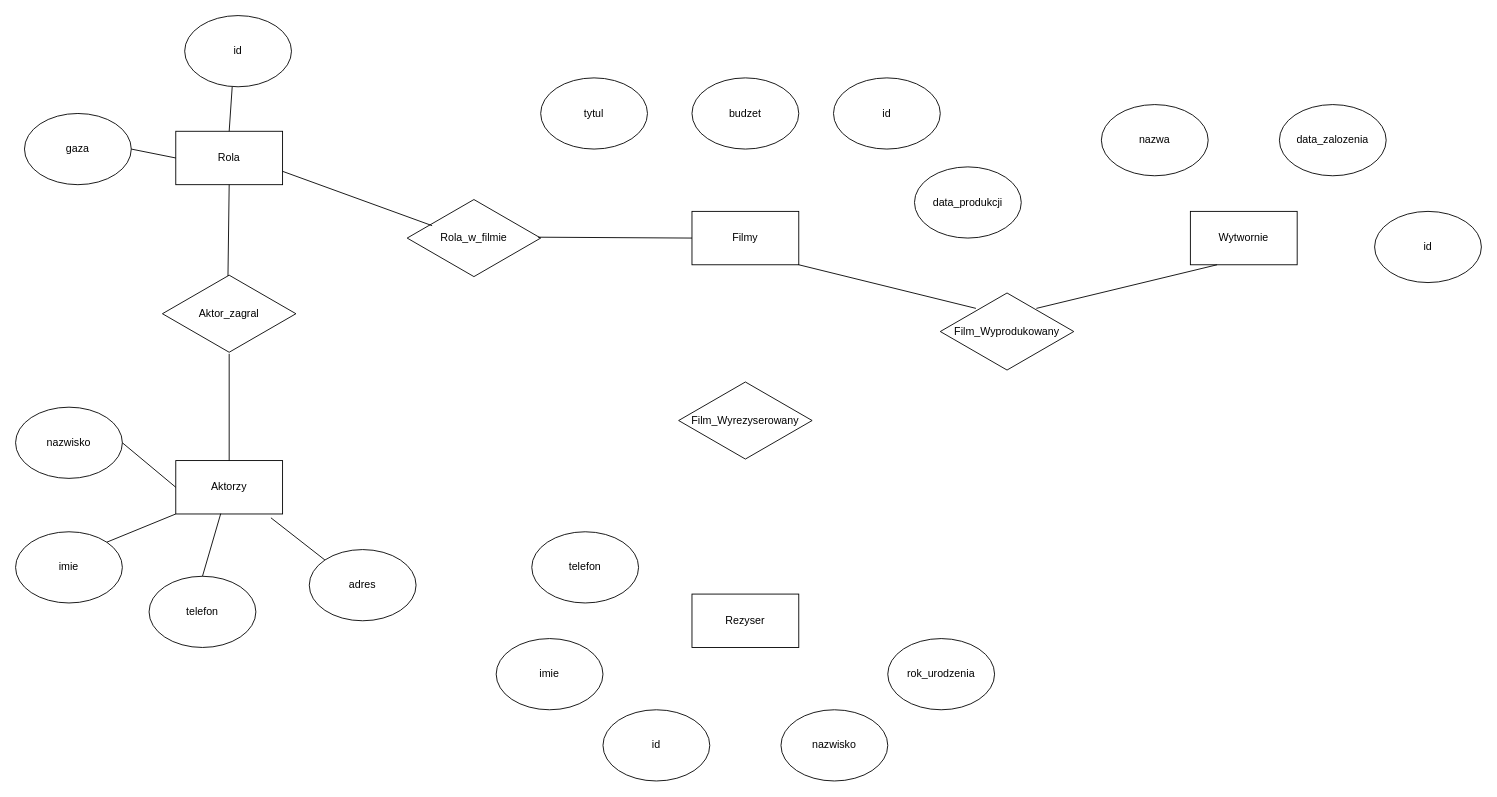
The draw.io diagram page "Zadanie2" (2 of 3) of excersises/zad_7_ER.drawio in kinsin5/Wprowadzenie_do_baz_danych, before the edit. Source tidied: cells renumbered, new cells numbered last; positions are measured from the earlier drawing's top-left corner, leaving out a move shared by most shapes. Both pictures are drawn from the tidied source at 89%, with x=0, y=0 at pixel (15, 15).
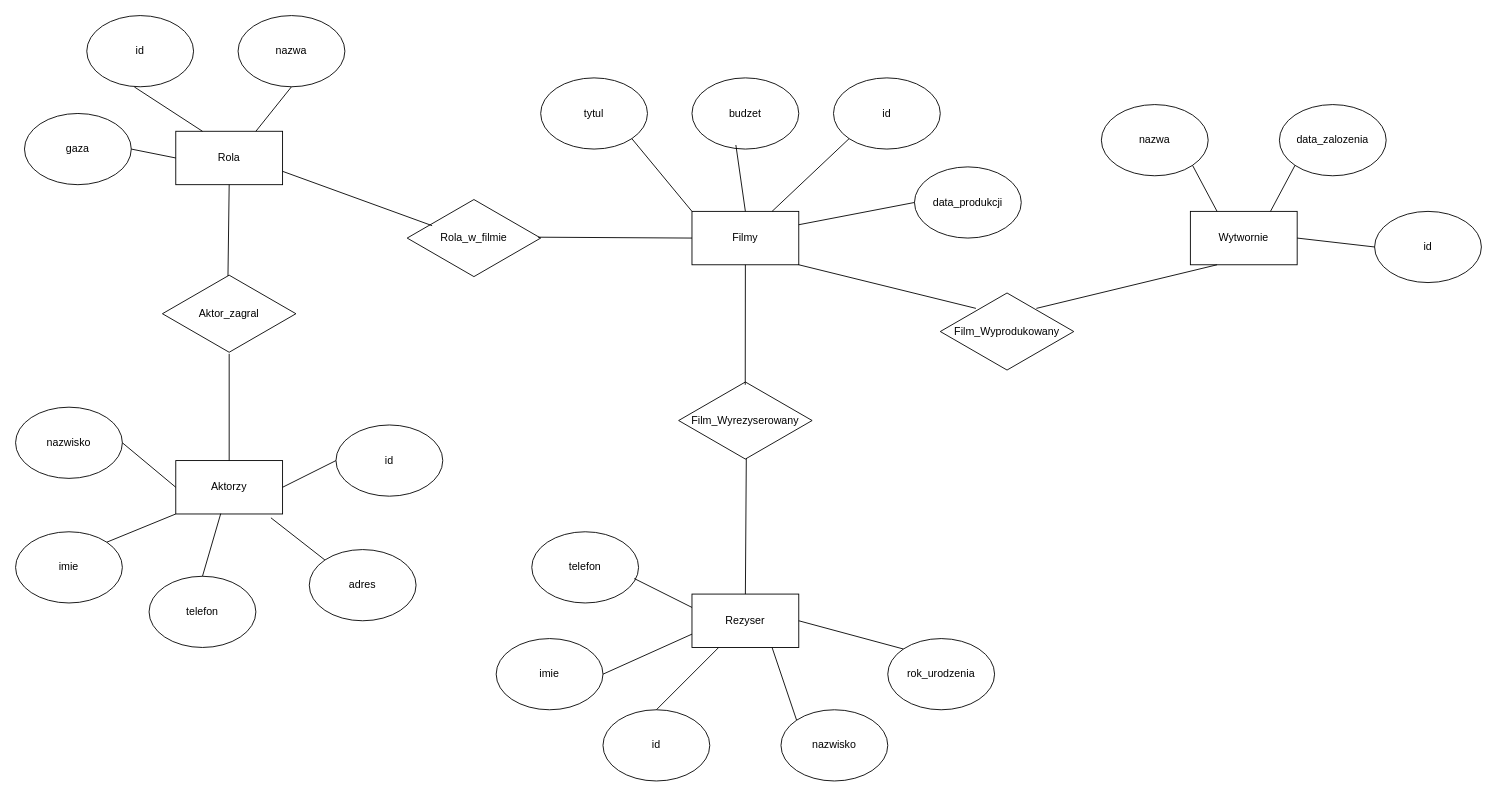
The same diagram, later.

Unchanged cells that the change refers to:
```xml
<mxCell id="2" value="Filmy" style="rounded=0;whiteSpace=wrap;html=1;" parent="1" vertex="1">
  <mxGeometry x="760" y="220" width="120" height="60" as="geometry" />
</mxCell>
<mxCell id="3" value="tytul" style="ellipse;whiteSpace=wrap;html=1;" parent="1" vertex="1">
  <mxGeometry x="590" y="70" width="120" height="80" as="geometry" />
</mxCell>
<mxCell id="4" value="data_produkcji" style="ellipse;whiteSpace=wrap;html=1;" parent="1" vertex="1">
  <mxGeometry x="1010" y="170" width="120" height="80" as="geometry" />
</mxCell>
<mxCell id="5" value="id" style="ellipse;whiteSpace=wrap;html=1;" parent="1" vertex="1">
  <mxGeometry x="919" y="70" width="120" height="80" as="geometry" />
</mxCell>
<mxCell id="6" value="budzet" style="ellipse;whiteSpace=wrap;html=1;" parent="1" vertex="1">
  <mxGeometry x="760" y="70" width="120" height="80" as="geometry" />
</mxCell>
<mxCell id="7" value="Wytwornie" style="rounded=0;whiteSpace=wrap;html=1;" parent="1" vertex="1">
  <mxGeometry x="1320" y="220" width="120" height="60" as="geometry" />
</mxCell>
<mxCell id="8" value="data_zalozenia" style="ellipse;whiteSpace=wrap;html=1;" parent="1" vertex="1">
  <mxGeometry x="1420" y="100" width="120" height="80" as="geometry" />
</mxCell>
<mxCell id="9" value="nazwa" style="ellipse;whiteSpace=wrap;html=1;" parent="1" vertex="1">
  <mxGeometry x="1220" y="100" width="120" height="80" as="geometry" />
</mxCell>
<mxCell id="10" value="id" style="ellipse;whiteSpace=wrap;html=1;" parent="1" vertex="1">
  <mxGeometry x="1527" y="220" width="120" height="80" as="geometry" />
</mxCell>
<mxCell id="14" value="Rezyser" style="rounded=0;whiteSpace=wrap;html=1;" parent="1" vertex="1">
  <mxGeometry x="760" y="650" width="120" height="60" as="geometry" />
</mxCell>
<mxCell id="15" value="nazwisko" style="ellipse;whiteSpace=wrap;html=1;" parent="1" vertex="1">
  <mxGeometry x="860" y="780" width="120" height="80" as="geometry" />
</mxCell>
<mxCell id="16" value="imie" style="ellipse;whiteSpace=wrap;html=1;" parent="1" vertex="1">
  <mxGeometry x="540" y="700" width="120" height="80" as="geometry" />
</mxCell>
<mxCell id="17" value="rok_urodzenia" style="ellipse;whiteSpace=wrap;html=1;" parent="1" vertex="1">
  <mxGeometry x="980" y="700" width="120" height="80" as="geometry" />
</mxCell>
<mxCell id="18" value="telefon" style="ellipse;whiteSpace=wrap;html=1;" parent="1" vertex="1">
  <mxGeometry x="580" y="580" width="120" height="80" as="geometry" />
</mxCell>
<mxCell id="19" value="id" style="ellipse;whiteSpace=wrap;html=1;" parent="1" vertex="1">
  <mxGeometry x="660" y="780" width="120" height="80" as="geometry" />
</mxCell>
<mxCell id="20" value="Film_Wyrezyserowany" style="html=1;whiteSpace=wrap;shape=isoRectangle;" parent="1" vertex="1">
  <mxGeometry x="745" y="410" width="150" height="90" as="geometry" />
</mxCell>
<mxCell id="21" value="Aktorzy" style="rounded=0;whiteSpace=wrap;html=1;" parent="1" vertex="1">
  <mxGeometry x="180" y="500" width="120" height="60" as="geometry" />
</mxCell>
<mxCell id="27" value="Rola" style="rounded=0;whiteSpace=wrap;html=1;" parent="1" vertex="1">
  <mxGeometry x="180" y="130" width="120" height="60" as="geometry" />
</mxCell>
```

The edit, as a diff of the source:
```diff
@@
     <mxCell id="28" value="id" style="ellipse;whiteSpace=wrap;html=1;" parent="1" vertex="1">
-      <mxGeometry x="190" width="120" height="80" as="geometry" />
+      <mxGeometry x="80" width="120" height="80" as="geometry" />
     </mxCell>
@@
-    <mxCell id="35" style="endArrow=none;html=1;rounded=0;entryX=0.445;entryY=1.002;entryDx=0;entryDy=0;entryPerimeter=0;exitX=0.5;exitY=0;exitDx=0;exitDy=0;" parent="1" edge="1" source="27" target="28">
+    <mxCell id="35" style="endArrow=none;html=1;rounded=0;entryX=0.445;entryY=1.002;entryDx=0;entryDy=0;entryPerimeter=0;exitX=0.25;exitY=0;exitDx=0;exitDy=0;" parent="1" edge="1" source="27" target="28">
       <mxGeometry relative="1" as="geometry" />
     </mxCell>
@@
+    <mxCell id="41" style="endArrow=none;html=1;rounded=0;entryX=0.5;entryY=0;entryDx=0;entryDy=0;exitX=0.507;exitY=0.969;exitDx=0;exitDy=0;exitPerimeter=0;" parent="1" edge="1" source="20" target="14">
+      <mxGeometry relative="1" as="geometry" />
+    </mxCell>
+    <mxCell id="42" style="endArrow=none;html=1;rounded=0;exitX=0.96;exitY=0.657;exitDx=0;exitDy=0;exitPerimeter=0;entryX=0;entryY=0.25;entryDx=0;entryDy=0;" parent="1" edge="1" source="18" target="14">
+      <mxGeometry relative="1" as="geometry" />
+    </mxCell>
+    <mxCell id="43" style="endArrow=none;html=1;rounded=0;exitX=0;exitY=0.75;exitDx=0;exitDy=0;entryX=1;entryY=0.5;entryDx=0;entryDy=0;" parent="1" edge="1" source="14" target="16">
+      <mxGeometry relative="1" as="geometry" />
+    </mxCell>
+    <mxCell id="44" style="endArrow=none;html=1;rounded=0;exitX=0.25;exitY=1;exitDx=0;exitDy=0;entryX=0.5;entryY=0;entryDx=0;entryDy=0;" parent="1" edge="1" source="14" target="19">
+      <mxGeometry relative="1" as="geometry" />
+    </mxCell>
+    <mxCell id="45" style="endArrow=none;html=1;rounded=0;exitX=0.75;exitY=1;exitDx=0;exitDy=0;entryX=0;entryY=0;entryDx=0;entryDy=0;" parent="1" edge="1" source="14" target="15">
+      <mxGeometry relative="1" as="geometry" />
+    </mxCell>
+    <mxCell id="46" style="endArrow=none;html=1;rounded=0;exitX=1;exitY=0.5;exitDx=0;exitDy=0;entryX=0;entryY=0;entryDx=0;entryDy=0;" parent="1" edge="1" source="14" target="17">
+      <mxGeometry relative="1" as="geometry" />
+    </mxCell>
+    <mxCell id="47" style="endArrow=none;html=1;rounded=0;exitX=1;exitY=1;exitDx=0;exitDy=0;entryX=0;entryY=0;entryDx=0;entryDy=0;" parent="1" edge="1" source="3" target="2">
+      <mxGeometry relative="1" as="geometry" />
+    </mxCell>
+    <mxCell id="48" style="endArrow=none;html=1;rounded=0;exitX=0.411;exitY=0.943;exitDx=0;exitDy=0;exitPerimeter=0;entryX=0.5;entryY=0;entryDx=0;entryDy=0;" parent="1" edge="1" source="6" target="2">
+      <mxGeometry relative="1" as="geometry" />
+    </mxCell>
+    <mxCell id="49" style="endArrow=none;html=1;rounded=0;exitX=0;exitY=1;exitDx=0;exitDy=0;entryX=0.75;entryY=0;entryDx=0;entryDy=0;" parent="1" edge="1" source="5" target="2">
+      <mxGeometry relative="1" as="geometry" />
+    </mxCell>
+    <mxCell id="50" style="endArrow=none;html=1;rounded=0;exitX=0;exitY=0.5;exitDx=0;exitDy=0;entryX=1;entryY=0.25;entryDx=0;entryDy=0;" parent="1" edge="1" source="4" target="2">
+      <mxGeometry relative="1" as="geometry" />
+    </mxCell>
+    <mxCell id="51" style="endArrow=none;html=1;rounded=0;entryX=0.5;entryY=1;entryDx=0;entryDy=0;exitX=0.499;exitY=0.054;exitDx=0;exitDy=0;exitPerimeter=0;" parent="1" edge="1" source="20" target="2">
+      <mxGeometry relative="1" as="geometry" />
+    </mxCell>
+    <mxCell id="52" style="endArrow=none;html=1;rounded=0;entryX=1;entryY=1;entryDx=0;entryDy=0;exitX=0.25;exitY=0;exitDx=0;exitDy=0;" parent="1" edge="1" source="7" target="9">
+      <mxGeometry relative="1" as="geometry" />
+    </mxCell>
+    <mxCell id="53" style="endArrow=none;html=1;rounded=0;entryX=0;entryY=1;entryDx=0;entryDy=0;exitX=0.75;exitY=0;exitDx=0;exitDy=0;" parent="1" edge="1" source="7" target="8">
+      <mxGeometry relative="1" as="geometry" />
+    </mxCell>
+    <mxCell id="54" style="endArrow=none;html=1;rounded=0;entryX=0;entryY=0.5;entryDx=0;entryDy=0;exitX=1;exitY=0.5;exitDx=0;exitDy=0;" parent="1" edge="1" source="7" target="10">
+      <mxGeometry relative="1" as="geometry" />
+    </mxCell>
+    <mxCell id="55" value="id" style="ellipse;whiteSpace=wrap;html=1;" parent="1" vertex="1">
+      <mxGeometry x="360" y="460" width="120" height="80" as="geometry" />
+    </mxCell>
+    <mxCell id="56" style="endArrow=none;html=1;rounded=0;exitX=1;exitY=0.5;exitDx=0;exitDy=0;entryX=0;entryY=0.5;entryDx=0;entryDy=0;" parent="1" edge="1" source="21" target="55">
+      <mxGeometry relative="1" as="geometry" />
+    </mxCell>
+    <mxCell id="57" value="nazwa" style="ellipse;whiteSpace=wrap;html=1;" parent="1" vertex="1">
+      <mxGeometry x="250" width="120" height="80" as="geometry" />
+    </mxCell>
+    <mxCell id="58" style="endArrow=none;html=1;rounded=0;entryX=0.5;entryY=1;entryDx=0;entryDy=0;exitX=0.75;exitY=0;exitDx=0;exitDy=0;" parent="1" edge="1" source="27" target="57">
+      <mxGeometry relative="1" as="geometry" />
+    </mxCell>
```
